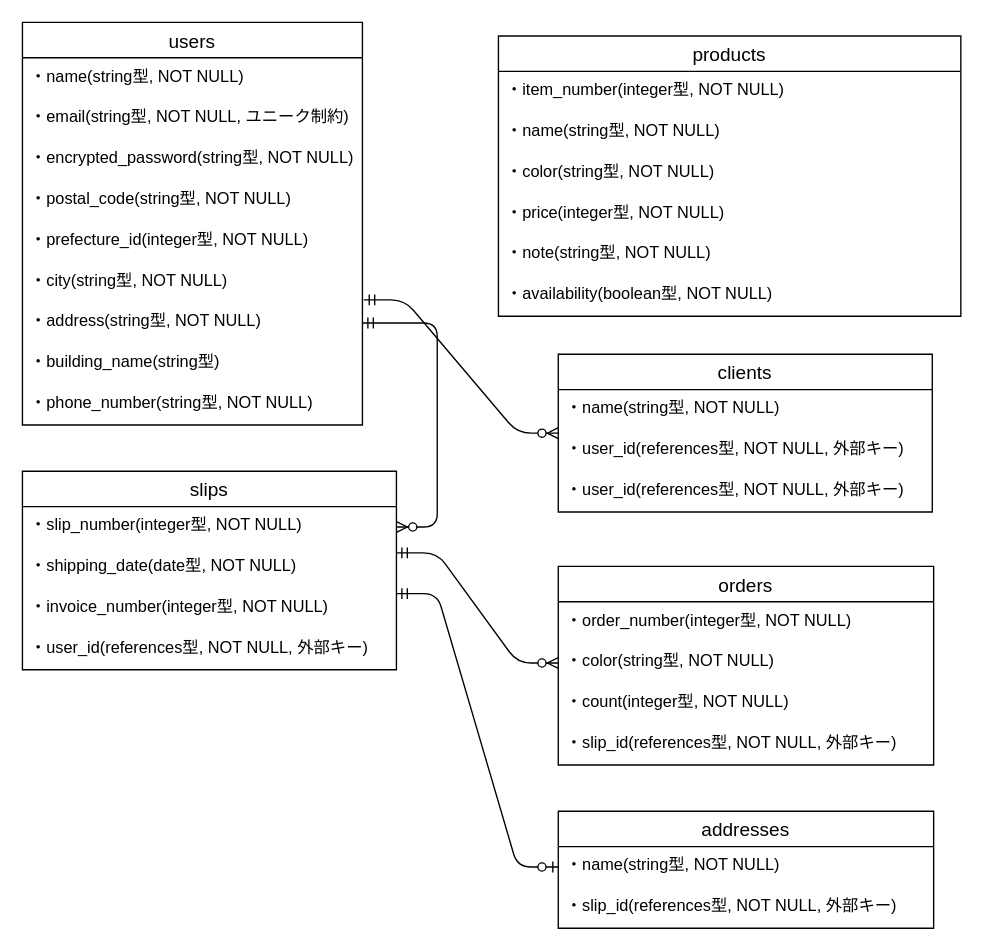
Earlier version of the draw.io diagram easy_slips.dio (hiddy0329/easy_slips). Source tidied: cells renumbered, new cells numbered last; positions are measured from the earlier drawing's top-left corner, leaving out a move shared by most shapes. Both pictures are drawn from the tidied source at 136%, with x=0, y=0 at pixel (22, 22).
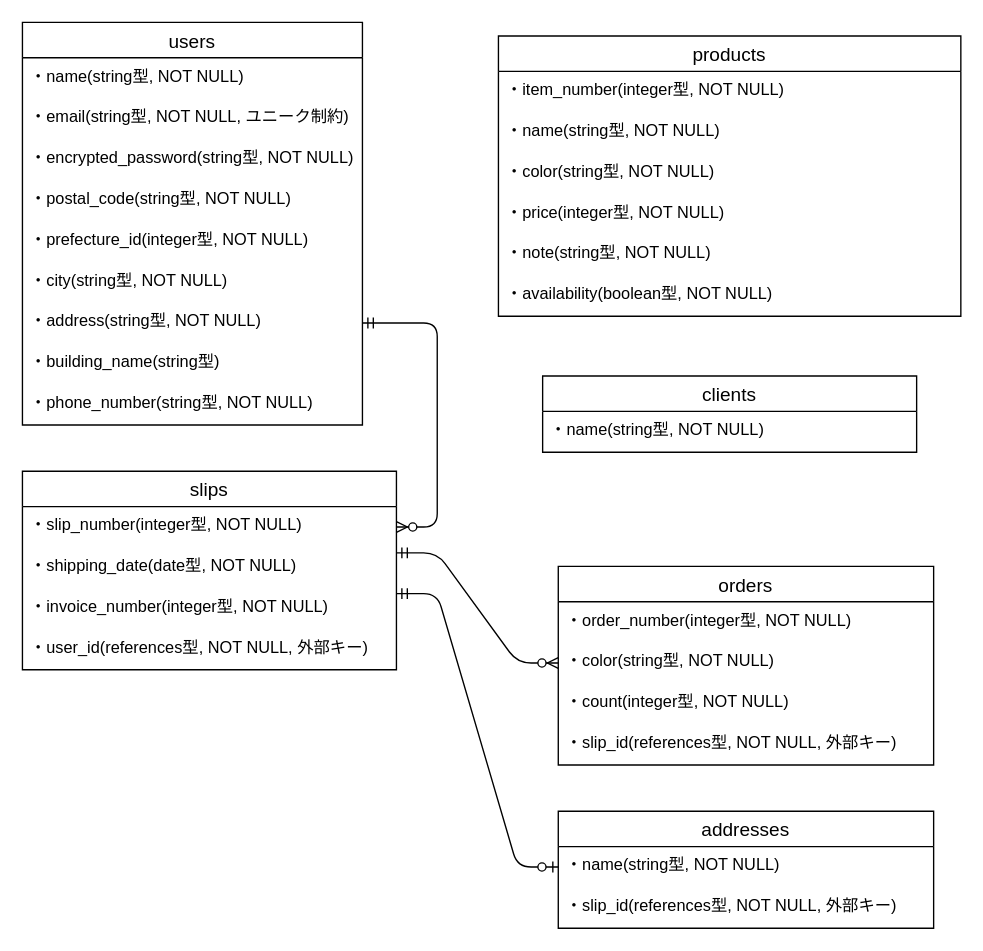
The same diagram, later.

Commit message (it also covers changes not shown here):
ER図とREADMEの修正

Unchanged cells that the change refers to:
```xml
<mxCell id="9" value="・address(string型, NOT NULL)" style="text;strokeColor=none;fillColor=none;spacingLeft=4;spacingRight=4;overflow=hidden;points=[[0,0.5],[1,0.5]];portConstraint=eastwest;fontSize=12;" parent="2" vertex="1">
  <mxGeometry y="206" width="250" height="30" as="geometry" />
</mxCell>
```

Diff of the diagram source:
```diff
@@
     <mxCell id="12" value="clients" style="swimlane;fontStyle=0;horizontal=1;startSize=26;align=center;fontSize=14;" parent="1" vertex="1">
-      <mxGeometry x="394" y="244" width="275" height="116" as="geometry" />
+      <mxGeometry x="382.5" y="260" width="275" height="56" as="geometry" />
     </mxCell>
@@
-    <mxCell id="14" value="・user_id(references型, NOT NULL, 外部キー)" style="text;strokeColor=none;fillColor=none;spacingLeft=4;spacingRight=4;overflow=hidden;fontSize=12;" parent="12" vertex="1">
-      <mxGeometry y="56" width="275" height="30" as="geometry" />
-    </mxCell>
-    <mxCell id="15" value="・user_id(references型, NOT NULL, 外部キー)" style="text;strokeColor=none;fillColor=none;spacingLeft=4;spacingRight=4;overflow=hidden;fontSize=12;" parent="12" vertex="1">
-      <mxGeometry y="86" width="275" height="30" as="geometry" />
-    </mxCell>
@@
-    <mxCell id="29" style="edgeStyle=entityRelationEdgeStyle;fontSize=12;html=1;endArrow=ERzeroToMany;startArrow=ERmandOne;entryX=0;entryY=0.5;entryDx=0;entryDy=0;exitX=1.004;exitY=-0.067;exitDx=0;exitDy=0;exitPerimeter=0;" parent="1" edge="1" source="9" target="12">
-      <mxGeometry relative="1" as="geometry" />
-    </mxCell>
```
